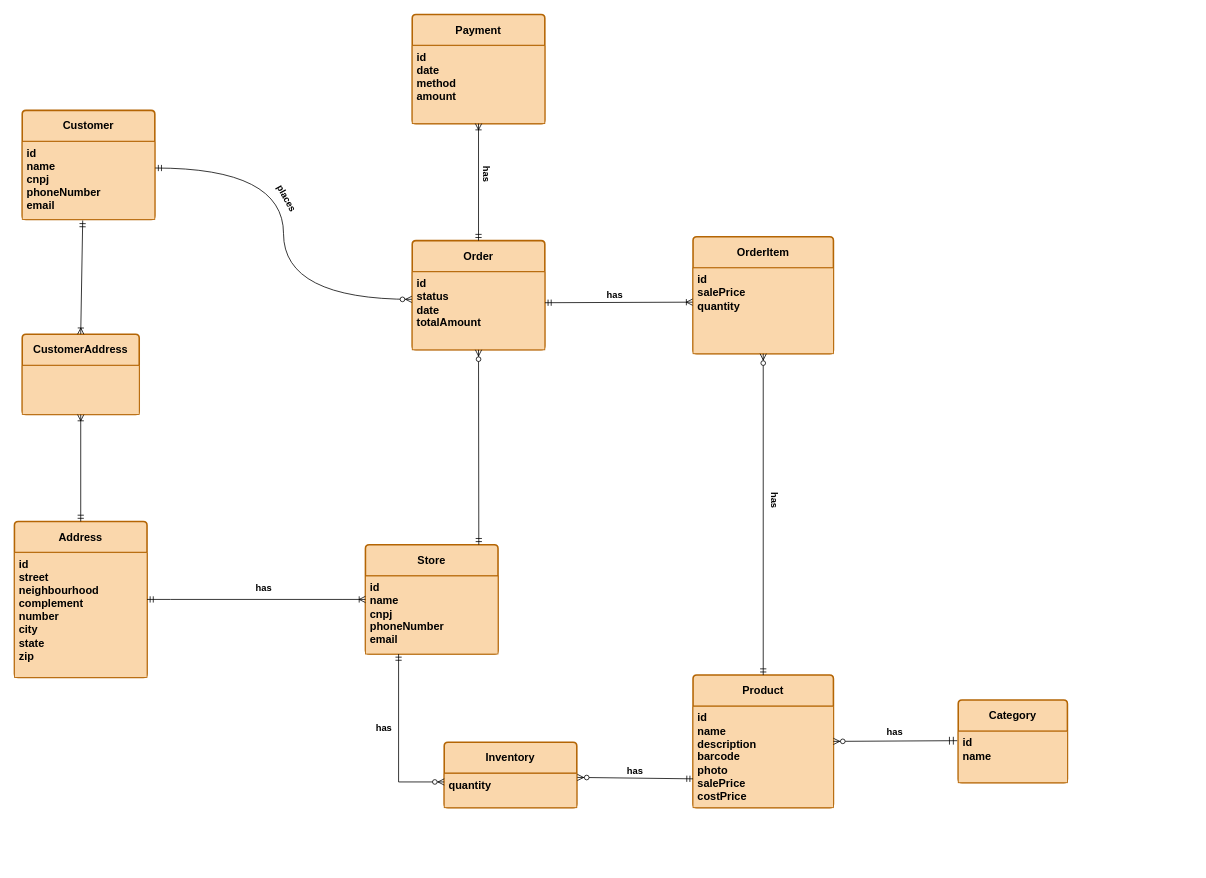
Earlier version of the draw.io diagram database/ER Diagram/logical_data_model/logical_data_model.drawio (lucasferreira09/Store_Management_System). Source tidied: cells renumbered, new cells numbered last; positions are measured from the earlier drawing's top-left corner, leaving out a move shared by most shapes. Both pictures are drawn from the tidied source at 78%, with x=0, y=0 at pixel (14, 14).
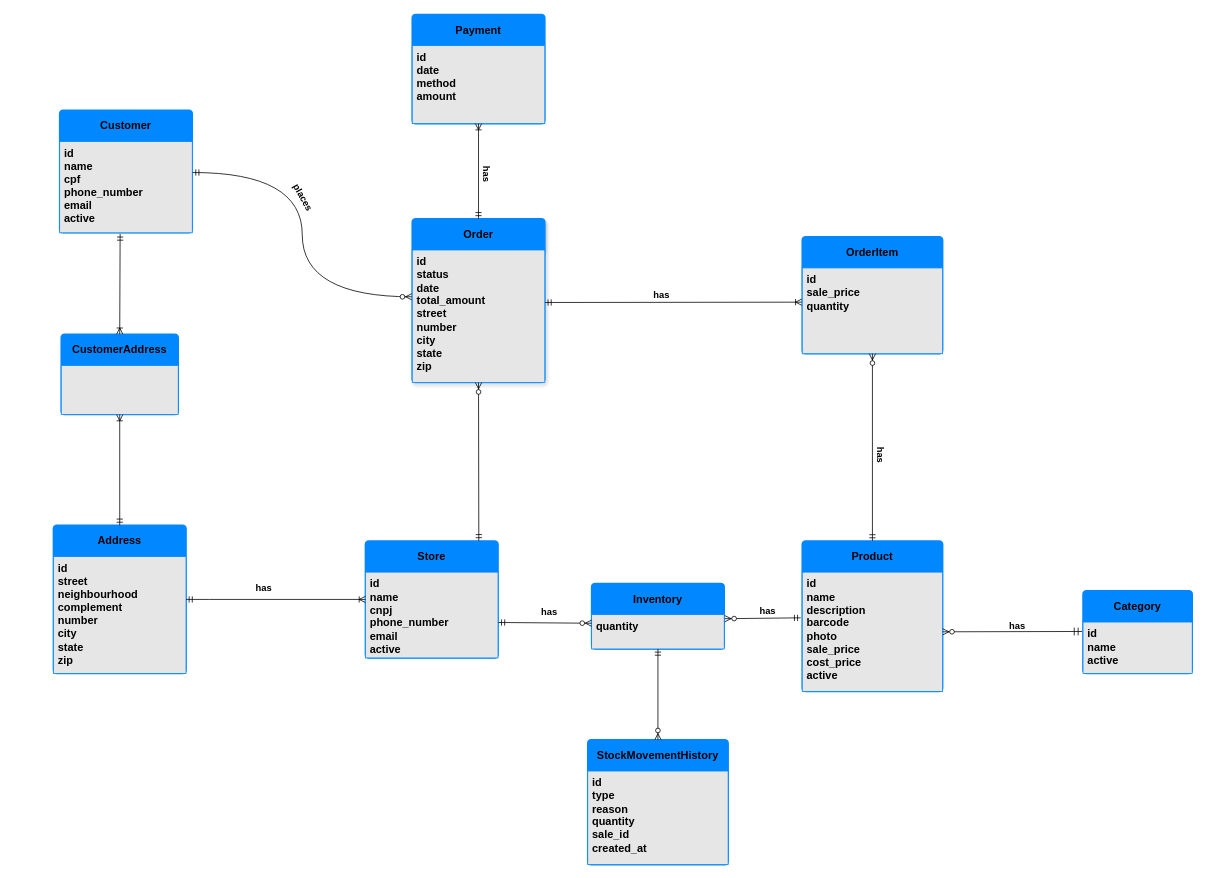
The same diagram, later.

Diff of the diagram source:
```diff
@@
-    <mxCell id="2" value="Store" style="swimlane;horizontal=1;startSize=40;rounded=1;fontSize=14;fontStyle=1;strokeWidth=2;shadow=0;dashed=0;align=center;arcSize=4;whiteSpace=wrap;html=1;fillStyle=auto;fontFamily=Helvetica;labelBackgroundColor=none;fillColor=#fad7ac;strokeColor=#b46504;" parent="1" vertex="1">
-      <mxGeometry x="450" y="680" width="170" height="140" as="geometry" />
+    <mxCell id="2" value="Store" style="swimlane;horizontal=1;startSize=40;rounded=1;fontSize=14;fontStyle=1;strokeWidth=2;shadow=0;dashed=0;align=center;arcSize=4;whiteSpace=wrap;html=1;fillStyle=auto;fontFamily=Helvetica;labelBackgroundColor=none;fillColor=#0187FF;strokeColor=#0187FF;" parent="1" vertex="1">
+      <mxGeometry x="450" y="675" width="170" height="150" as="geometry" />
     </mxCell>
-    <mxCell id="3" value="id&lt;br&gt;name&lt;div&gt;cnpj&lt;/div&gt;&lt;div&gt;phoneNumber&lt;/div&gt;&lt;div&gt;email&lt;/div&gt;" style="align=left;spacingLeft=4;spacingRight=4;fontSize=14;verticalAlign=top;html=1;whiteSpace=wrap;fontStyle=1;labelBackgroundColor=none;fillColor=#fad7ac;strokeColor=#b46504;" parent="2" vertex="1">
-      <mxGeometry y="40" width="170" height="100" as="geometry" />
+    <mxCell id="3" value="id&lt;br&gt;name&lt;div&gt;cnpj&lt;/div&gt;&lt;div&gt;phone_number&lt;/div&gt;&lt;div&gt;email&lt;/div&gt;&lt;div&gt;active&lt;/div&gt;" style="align=left;spacingLeft=4;spacingRight=4;fontSize=14;verticalAlign=top;html=1;whiteSpace=wrap;fontStyle=1;labelBackgroundColor=none;fillColor=#E6E6E6;strokeColor=#0187FF;" parent="2" vertex="1">
+      <mxGeometry y="40" width="170" height="110" as="geometry" />
     </mxCell>
-    <mxCell id="4" value="Address" style="swimlane;horizontal=1;startSize=40;rounded=1;fontSize=14;fontStyle=1;strokeWidth=2;shadow=0;dashed=0;align=center;arcSize=4;whiteSpace=wrap;html=1;fillStyle=auto;fontFamily=Helvetica;fillColor=#fad7ac;strokeColor=#b46504;" parent="1" vertex="1">
-      <mxGeometry y="650" width="170" height="200" as="geometry" />
+    <mxCell id="4" value="Address" style="swimlane;horizontal=1;startSize=40;rounded=1;fontSize=14;fontStyle=1;strokeWidth=2;shadow=0;dashed=0;align=center;arcSize=4;whiteSpace=wrap;html=1;fillStyle=auto;fontFamily=Helvetica;fillColor=#0187FF;strokeColor=#0187FF;" parent="1" vertex="1">
+      <mxGeometry x="50" y="655" width="170" height="190" as="geometry" />
     </mxCell>
-    <mxCell id="5" value="id&lt;br&gt;street&lt;div&gt;neighbourhood&lt;/div&gt;&lt;div&gt;complement&lt;/div&gt;&lt;div&gt;number&lt;/div&gt;&lt;div&gt;city&lt;/div&gt;&lt;div&gt;state&lt;/div&gt;&lt;div&gt;zip&lt;/div&gt;" style="align=left;spacingLeft=4;spacingRight=4;fontSize=14;verticalAlign=top;html=1;whiteSpace=wrap;fontStyle=1;fillColor=#fad7ac;strokeColor=#b46504;" parent="4" vertex="1">
-      <mxGeometry y="40" width="170" height="160" as="geometry" />
+    <mxCell id="5" value="id&lt;br&gt;street&lt;div&gt;neighbourhood&lt;/div&gt;&lt;div&gt;complement&lt;/div&gt;&lt;div&gt;number&lt;/div&gt;&lt;div&gt;city&lt;/div&gt;&lt;div&gt;state&lt;/div&gt;&lt;div&gt;zip&lt;/div&gt;" style="align=left;spacingLeft=4;spacingRight=4;fontSize=14;verticalAlign=top;html=1;whiteSpace=wrap;fontStyle=1;fillColor=#E6E6E6;strokeColor=#0187FF;" parent="4" vertex="1">
+      <mxGeometry y="40" width="170" height="150" as="geometry" />
     </mxCell>
-    <mxCell id="6" value="Customer" style="swimlane;horizontal=1;startSize=40;rounded=1;fontSize=14;fontStyle=1;strokeWidth=2;shadow=0;dashed=0;align=center;arcSize=4;whiteSpace=wrap;html=1;fillStyle=auto;fontFamily=Helvetica;fillColor=#fad7ac;strokeColor=#b46504;" parent="1" vertex="1">
-      <mxGeometry x="10" y="123" width="170" height="140" as="geometry" />
+    <mxCell id="6" value="Customer" style="swimlane;horizontal=1;startSize=40;rounded=1;fontSize=14;fontStyle=1;strokeWidth=2;shadow=0;dashed=0;align=center;arcSize=4;whiteSpace=wrap;html=1;fillStyle=auto;fontFamily=Helvetica;fillColor=#0187FF;strokeColor=#0187FF;" parent="1" vertex="1">
+      <mxGeometry x="58" y="123" width="170" height="157" as="geometry" />
     </mxCell>
-    <mxCell id="7" value="id&lt;br&gt;name&lt;div&gt;cnpj&lt;/div&gt;&lt;div&gt;phoneNumber&lt;/div&gt;&lt;div&gt;email&lt;/div&gt;" style="align=left;spacingLeft=4;spacingRight=4;fontSize=14;verticalAlign=top;html=1;whiteSpace=wrap;fontStyle=1;fillColor=#fad7ac;strokeColor=#b46504;" parent="6" vertex="1">
-      <mxGeometry y="40" width="170" height="100" as="geometry" />
+    <mxCell id="7" value="id&lt;br&gt;name&lt;div&gt;cpf&lt;/div&gt;&lt;div&gt;phone_number&lt;/div&gt;&lt;div&gt;email&lt;/div&gt;&lt;div&gt;active&lt;/div&gt;" style="align=left;spacingLeft=4;spacingRight=4;fontSize=14;verticalAlign=top;html=1;whiteSpace=wrap;fontStyle=1;fillColor=#E6E6E6;strokeColor=#0187FF;" parent="6" vertex="1">
+      <mxGeometry y="40" width="170" height="117" as="geometry" />
     </mxCell>
-    <mxCell id="8" value="Payment" style="swimlane;horizontal=1;startSize=40;rounded=1;fontSize=14;fontStyle=1;strokeWidth=2;shadow=0;dashed=0;align=center;arcSize=4;whiteSpace=wrap;html=1;fillStyle=auto;fontFamily=Helvetica;fillColor=#fad7ac;strokeColor=#b46504;" parent="1" vertex="1">
+    <mxCell id="8" value="Payment" style="swimlane;horizontal=1;startSize=40;rounded=1;fontSize=14;fontStyle=1;strokeWidth=2;shadow=0;dashed=0;align=center;arcSize=4;whiteSpace=wrap;html=1;fillStyle=auto;fontFamily=Helvetica;fillColor=#0187FF;strokeColor=#0187FF;" parent="1" vertex="1">
       <mxGeometry x="510" width="170" height="140" as="geometry" />
     </mxCell>
-    <mxCell id="9" value="id&lt;br&gt;date&lt;div&gt;method&lt;/div&gt;&lt;div&gt;amount&lt;/div&gt;" style="align=left;spacingLeft=4;spacingRight=4;fontSize=14;verticalAlign=top;html=1;whiteSpace=wrap;fontStyle=1;fillColor=#fad7ac;strokeColor=#b46504;" parent="8" vertex="1">
+    <mxCell id="9" value="id&lt;br&gt;date&lt;div&gt;method&lt;/div&gt;&lt;div&gt;amount&lt;/div&gt;" style="align=left;spacingLeft=4;spacingRight=4;fontSize=14;verticalAlign=top;html=1;whiteSpace=wrap;fontStyle=1;fillColor=#E6E6E6;strokeColor=#0187FF;" parent="8" vertex="1">
       <mxGeometry y="40" width="170" height="100" as="geometry" />
     </mxCell>
-    <mxCell id="10" value="Order" style="swimlane;horizontal=1;startSize=40;rounded=1;fontSize=14;fontStyle=1;strokeWidth=2;shadow=0;dashed=0;align=center;arcSize=4;whiteSpace=wrap;html=1;fillStyle=auto;fontFamily=Helvetica;fillColor=#fad7ac;strokeColor=#b46504;" parent="1" vertex="1">
-      <mxGeometry x="510" y="290" width="170" height="140" as="geometry" />
+    <mxCell id="10" value="Order" style="swimlane;horizontal=1;startSize=40;rounded=1;fontSize=14;fontStyle=1;strokeWidth=2;shadow=1;dashed=0;align=center;arcSize=4;whiteSpace=wrap;html=1;fillStyle=auto;fontFamily=Helvetica;fillColor=#0187FF;strokeColor=#0187FF;" parent="1" vertex="1">
+      <mxGeometry x="510" y="262" width="170" height="210" as="geometry" />
     </mxCell>
-    <mxCell id="11" value="id&lt;br&gt;status&lt;div&gt;date&lt;/div&gt;&lt;div&gt;totalAmount&lt;/div&gt;" style="align=left;spacingLeft=4;spacingRight=4;fontSize=14;verticalAlign=top;html=1;whiteSpace=wrap;fontStyle=1;fillColor=#fad7ac;strokeColor=#b46504;" parent="10" vertex="1">
-      <mxGeometry y="40" width="170" height="100" as="geometry" />
+    <mxCell id="11" value="id&lt;br&gt;status&lt;div&gt;date&lt;/div&gt;&lt;div&gt;total_amount&lt;/div&gt;&lt;div&gt;street&lt;/div&gt;&lt;div&gt;number&lt;/div&gt;&lt;div&gt;city&lt;/div&gt;&lt;div&gt;state&lt;/div&gt;&lt;div&gt;zip&lt;/div&gt;" style="align=left;spacingLeft=4;spacingRight=4;fontSize=14;verticalAlign=top;html=1;whiteSpace=wrap;fontStyle=1;fillColor=#E6E6E6;strokeColor=#0187FF;" parent="10" vertex="1">
+      <mxGeometry y="40" width="170" height="170" as="geometry" />
     </mxCell>
-    <mxCell id="12" value="OrderItem" style="swimlane;horizontal=1;startSize=40;rounded=1;fontSize=14;fontStyle=1;strokeWidth=2;shadow=0;dashed=0;align=center;arcSize=4;whiteSpace=wrap;html=1;fillStyle=auto;fontFamily=Helvetica;fillColor=#fad7ac;strokeColor=#b46504;" parent="1" vertex="1">
-      <mxGeometry x="870" y="285" width="180" height="150" as="geometry" />
+    <mxCell id="12" value="OrderItem" style="swimlane;horizontal=1;startSize=40;rounded=1;fontSize=14;fontStyle=1;strokeWidth=2;shadow=0;dashed=0;align=center;arcSize=4;whiteSpace=wrap;html=1;fillStyle=auto;fontFamily=Helvetica;fillColor=#0187FF;strokeColor=#0187FF;" parent="1" vertex="1">
+      <mxGeometry x="1010" y="285" width="180" height="150" as="geometry" />
     </mxCell>
-    <mxCell id="13" value="&lt;div&gt;id&lt;/div&gt;salePrice&lt;div&gt;quantity&lt;/div&gt;&lt;div&gt;&lt;br&gt;&lt;/div&gt;" style="align=left;spacingLeft=4;spacingRight=4;fontSize=14;verticalAlign=top;html=1;whiteSpace=wrap;fontStyle=1;fillColor=#fad7ac;strokeColor=#b46504;" parent="12" vertex="1">
+    <mxCell id="13" value="&lt;div&gt;id&lt;/div&gt;sale_price&lt;div&gt;quantity&lt;/div&gt;&lt;div&gt;&lt;br&gt;&lt;/div&gt;" style="align=left;spacingLeft=4;spacingRight=4;fontSize=14;verticalAlign=top;html=1;whiteSpace=wrap;fontStyle=1;fillColor=#E6E6E6;strokeColor=#0187FF;" parent="12" vertex="1">
       <mxGeometry y="40" width="180" height="110" as="geometry" />
     </mxCell>
+    <mxCell id="41" style="align=left;spacingLeft=4;spacingRight=4;fontSize=14;verticalAlign=top;html=1;whiteSpace=wrap;fontStyle=1;fillColor=#fad7ac;strokeColor=#b46504;" parent="12" vertex="1">
+      <mxGeometry y="150" width="180" as="geometry" />
+    </mxCell>
-    <mxCell id="14" value="Inventory" style="swimlane;horizontal=1;startSize=40;rounded=1;fontSize=14;fontStyle=1;strokeWidth=2;shadow=0;dashed=0;align=center;arcSize=4;whiteSpace=wrap;html=1;fillStyle=auto;fontFamily=Helvetica;fillColor=#fad7ac;strokeColor=#b46504;glass=0;swimlaneLine=1;" parent="1" vertex="1">
-      <mxGeometry x="551" y="933" width="170" height="84" as="geometry" />
+    <mxCell id="14" value="Inventory" style="swimlane;horizontal=1;startSize=40;rounded=1;fontSize=14;fontStyle=1;strokeWidth=2;shadow=0;dashed=0;align=center;arcSize=4;whiteSpace=wrap;html=1;fillStyle=auto;fontFamily=Helvetica;fillColor=#0187FF;strokeColor=#0187FF;glass=0;swimlaneLine=1;" parent="1" vertex="1">
+      <mxGeometry x="740" y="729.5" width="170" height="84" as="geometry" />
     </mxCell>
-    <mxCell id="15" value="&lt;div&gt;&lt;span style=&quot;background-color: transparent; color: light-dark(rgb(0, 0, 0), rgb(255, 255, 255));&quot;&gt;quantity&lt;/span&gt;&lt;/div&gt;&lt;div&gt;&lt;br&gt;&lt;/div&gt;" style="align=left;spacingLeft=4;spacingRight=4;fontSize=14;verticalAlign=top;html=1;whiteSpace=wrap;fontStyle=1;fillColor=#fad7ac;strokeColor=#b46504;" parent="14" vertex="1">
+    <mxCell id="15" value="&lt;div&gt;&lt;span style=&quot;background-color: transparent; color: light-dark(rgb(0, 0, 0), rgb(255, 255, 255));&quot;&gt;quantity&lt;/span&gt;&lt;/div&gt;&lt;div&gt;&lt;br&gt;&lt;/div&gt;" style="align=left;spacingLeft=4;spacingRight=4;fontSize=14;verticalAlign=top;html=1;whiteSpace=wrap;fontStyle=1;fillColor=#E6E6E6;strokeColor=#0187FF;" parent="14" vertex="1">
       <mxGeometry y="40" width="170" height="44" as="geometry" />
     </mxCell>
-    <mxCell id="16" value="Product" style="swimlane;horizontal=1;startSize=40;rounded=1;fontSize=14;fontStyle=1;strokeWidth=2;shadow=0;dashed=0;align=center;arcSize=4;whiteSpace=wrap;html=1;fillStyle=auto;fontFamily=Helvetica;fillColor=#fad7ac;strokeColor=#b46504;" parent="1" vertex="1">
-      <mxGeometry x="870" y="847" width="180" height="170" as="geometry" />
+    <mxCell id="16" value="Product" style="swimlane;horizontal=1;startSize=40;rounded=1;fontSize=14;fontStyle=1;strokeWidth=2;shadow=0;dashed=0;align=center;arcSize=4;whiteSpace=wrap;html=1;fillStyle=auto;fontFamily=Helvetica;fillColor=#0187FF;strokeColor=#0187FF;" parent="1" vertex="1">
+      <mxGeometry x="1010" y="675" width="180" height="193" as="geometry" />
     </mxCell>
-    <mxCell id="17" value="&lt;div&gt;id&lt;/div&gt;&lt;div&gt;name&lt;/div&gt;&lt;div&gt;description&lt;/div&gt;&lt;div&gt;barcode&lt;/div&gt;&lt;div&gt;photo&lt;/div&gt;&lt;div&gt;salePrice&lt;/div&gt;&lt;div&gt;costPrice&lt;/div&gt;" style="align=left;spacingLeft=4;spacingRight=4;fontSize=14;verticalAlign=top;html=1;whiteSpace=wrap;fontStyle=1;fillColor=#fad7ac;strokeColor=#b46504;" parent="16" vertex="1">
-      <mxGeometry y="40" width="180" height="130" as="geometry" />
+    <mxCell id="17" value="&lt;div&gt;id&lt;/div&gt;&lt;div&gt;name&lt;/div&gt;&lt;div&gt;description&lt;/div&gt;&lt;div&gt;barcode&lt;/div&gt;&lt;div&gt;photo&lt;/div&gt;&lt;div&gt;sale_price&lt;/div&gt;&lt;div&gt;cost_price&lt;/div&gt;&lt;div&gt;active&lt;/div&gt;" style="align=left;spacingLeft=4;spacingRight=4;fontSize=14;verticalAlign=top;html=1;whiteSpace=wrap;fontStyle=1;fillColor=#E6E6E6;strokeColor=#0187FF;" parent="16" vertex="1">
+      <mxGeometry y="40" width="180" height="153" as="geometry" />
     </mxCell>
-    <mxCell id="18" value="Category" style="swimlane;horizontal=1;startSize=40;rounded=1;fontSize=14;fontStyle=1;strokeWidth=2;shadow=0;dashed=0;align=center;arcSize=4;whiteSpace=wrap;html=1;fillStyle=auto;fontFamily=Helvetica;fillColor=#fad7ac;strokeColor=#b46504;" parent="1" vertex="1">
-      <mxGeometry x="1210" y="879" width="140" height="106" as="geometry" />
+    <mxCell id="18" value="Category" style="swimlane;horizontal=1;startSize=40;rounded=1;fontSize=14;fontStyle=1;strokeWidth=2;shadow=0;dashed=0;align=center;arcSize=4;whiteSpace=wrap;html=1;fillStyle=auto;fontFamily=Helvetica;fillColor=#0187FF;strokeColor=#0187FF;" parent="1" vertex="1">
+      <mxGeometry x="1370" y="739" width="140" height="106" as="geometry" />
     </mxCell>
-    <mxCell id="19" value="&lt;div&gt;id&lt;/div&gt;&lt;div&gt;name&lt;/div&gt;" style="align=left;spacingLeft=4;spacingRight=4;fontSize=14;verticalAlign=top;html=1;whiteSpace=wrap;fontStyle=1;fillColor=#fad7ac;strokeColor=#b46504;" parent="18" vertex="1">
+    <mxCell id="19" value="&lt;div&gt;id&lt;/div&gt;&lt;div&gt;name&lt;/div&gt;&lt;div&gt;active&lt;/div&gt;" style="align=left;spacingLeft=4;spacingRight=4;fontSize=14;verticalAlign=top;html=1;whiteSpace=wrap;fontStyle=1;fillColor=#E6E6E6;strokeColor=#0187FF;" parent="18" vertex="1">
       <mxGeometry y="40" width="140" height="66" as="geometry" />
     </mxCell>
-    <mxCell id="20" style="fontSize=12;html=1;endArrow=ERzeroToMany;startArrow=ERmandOne;rounded=0;exitX=0.25;exitY=1;exitDx=0;exitDy=0;entryX=0;entryY=0.25;entryDx=0;entryDy=0;edgeStyle=orthogonalEdgeStyle;" parent="1" edge="1" source="3" target="15">
+    <mxCell id="20" style="fontSize=12;html=1;endArrow=ERzeroToMany;startArrow=ERmandOne;rounded=0;entryX=0;entryY=0.25;entryDx=0;entryDy=0;exitX=1.003;exitY=0.587;exitDx=0;exitDy=0;exitPerimeter=0;" parent="1" edge="1" source="3" target="15">
       <mxGeometry relative="1" as="geometry" />
     </mxCell>
-    <mxCell id="21" style="fontSize=12;html=1;endArrow=ERzeroToMany;startArrow=ERmandOne;rounded=0;entryX=1.004;entryY=0.118;entryDx=0;entryDy=0;entryPerimeter=0;" parent="1" edge="1" target="15">
-      <mxGeometry relative="1" as="geometry">
-        <mxPoint x="870" y="980" as="sourcePoint" />
-      </mxGeometry>
+    <mxCell id="21" style="fontSize=12;html=1;endArrow=ERzeroToMany;startArrow=ERmandOne;rounded=0;entryX=1.004;entryY=0.118;entryDx=0;entryDy=0;entryPerimeter=0;exitX=-0.011;exitY=0.383;exitDx=0;exitDy=0;exitPerimeter=0;" parent="1" edge="1" source="17" target="15">
+      <mxGeometry relative="1" as="geometry" />
     </mxCell>
-    <mxCell id="22" style="fontSize=12;html=1;endArrow=ERzeroToMany;startArrow=ERmandOne;rounded=0;jumpSize=14;startSize=8;exitX=-0.009;exitY=0.183;exitDx=0;exitDy=0;exitPerimeter=0;" parent="1" edge="1" source="19">
-      <mxGeometry relative="1" as="geometry">
-        <mxPoint x="1050" y="932" as="targetPoint" />
-      </mxGeometry>
+    <mxCell id="22" style="fontSize=12;html=1;endArrow=ERzeroToMany;startArrow=ERmandOne;rounded=0;jumpSize=14;startSize=8;exitX=-0.009;exitY=0.183;exitDx=0;exitDy=0;exitPerimeter=0;entryX=1;entryY=0.5;entryDx=0;entryDy=0;" parent="1" edge="1" source="19" target="17">
+      <mxGeometry relative="1" as="geometry" />
     </mxCell>
@@
     <mxCell id="28" value="&lt;b&gt;places&lt;/b&gt;" style="text;html=1;whiteSpace=wrap;strokeColor=none;fillColor=none;align=center;verticalAlign=middle;rounded=0;rotation=61;shadow=1;" parent="1" vertex="1">
-      <mxGeometry x="319" y="221" width="60" height="30" as="geometry" />
+      <mxGeometry x="340" y="220" width="60" height="30" as="geometry" />
     </mxCell>
@@
     <mxCell id="30" value="&lt;b&gt;has&lt;/b&gt;" style="text;html=1;whiteSpace=wrap;strokeColor=none;fillColor=none;align=center;verticalAlign=middle;rounded=0;shadow=1;" parent="1" vertex="1">
-      <mxGeometry x="438" y="900" width="72" height="30" as="geometry" />
+      <mxGeometry x="650" y="752" width="72" height="30" as="geometry" />
     </mxCell>
     <mxCell id="31" value="&lt;b&gt;has&lt;/b&gt;" style="text;html=1;whiteSpace=wrap;strokeColor=none;fillColor=none;align=center;verticalAlign=middle;rounded=0;shadow=1;" parent="1" vertex="1">
-      <mxGeometry x="760" y="955" width="72" height="30" as="geometry" />
+      <mxGeometry x="930" y="750" width="72" height="30" as="geometry" />
     </mxCell>
     <mxCell id="32" value="&lt;b&gt;has&lt;/b&gt;" style="text;html=1;whiteSpace=wrap;strokeColor=none;fillColor=none;align=center;verticalAlign=middle;rounded=0;rotation=0;shadow=1;" parent="1" vertex="1">
-      <mxGeometry x="740" y="345" width="60" height="30" as="geometry" />
+      <mxGeometry x="800" y="345" width="60" height="30" as="geometry" />
     </mxCell>
     <mxCell id="33" value="&lt;b&gt;has&lt;/b&gt;" style="text;html=1;whiteSpace=wrap;strokeColor=none;fillColor=none;align=center;verticalAlign=middle;rounded=0;shadow=1;" parent="1" vertex="1">
-      <mxGeometry x="1093" y="905" width="72" height="30" as="geometry" />
+      <mxGeometry x="1250" y="770" width="72" height="30" as="geometry" />
     </mxCell>
     <mxCell id="34" value="&lt;b&gt;has&lt;/b&gt;" style="text;html=1;whiteSpace=wrap;strokeColor=none;fillColor=none;align=center;verticalAlign=middle;rounded=0;rotation=90;shadow=1;" parent="1" vertex="1">
-      <mxGeometry x="945" y="608" width="60" height="30" as="geometry" />
+      <mxGeometry x="1080" y="550" width="60" height="30" as="geometry" />
     </mxCell>
-    <mxCell id="35" value="CustomerAddress" style="swimlane;horizontal=1;startSize=40;rounded=1;fontSize=14;fontStyle=1;strokeWidth=2;shadow=0;dashed=0;align=center;arcSize=4;whiteSpace=wrap;html=1;fillStyle=auto;fontFamily=Helvetica;fillColor=#fad7ac;strokeColor=#b46504;" parent="1" vertex="1">
-      <mxGeometry x="10" y="410" width="150" height="103" as="geometry" />
+    <mxCell id="35" value="CustomerAddress" style="swimlane;horizontal=1;startSize=40;rounded=1;fontSize=14;fontStyle=1;strokeWidth=2;shadow=0;dashed=0;align=center;arcSize=4;whiteSpace=wrap;html=1;fillStyle=auto;fontFamily=Helvetica;fillColor=#0187FF;strokeColor=#0187FF;" parent="1" vertex="1">
+      <mxGeometry x="60" y="410" width="150" height="103" as="geometry" />
     </mxCell>
-    <mxCell id="36" style="align=left;spacingLeft=4;spacingRight=4;fontSize=14;verticalAlign=top;html=1;whiteSpace=wrap;fontStyle=1;fillColor=#fad7ac;strokeColor=#b46504;" parent="35" vertex="1">
+    <mxCell id="36" style="align=left;spacingLeft=4;spacingRight=4;fontSize=14;verticalAlign=top;html=1;whiteSpace=wrap;fontStyle=1;fillColor=#E6E6E6;strokeColor=#0187FF;" parent="35" vertex="1">
       <mxGeometry y="40" width="150" height="63" as="geometry" />
     </mxCell>
@@
+    <mxCell id="42" value="StockMovementHistory" style="swimlane;horizontal=1;startSize=40;rounded=1;fontSize=14;fontStyle=1;strokeWidth=2;shadow=0;dashed=0;align=center;arcSize=4;whiteSpace=wrap;html=1;fillStyle=auto;fontFamily=Helvetica;fillColor=#0187FF;strokeColor=#0187FF;" parent="1" vertex="1">
+      <mxGeometry x="735" y="930" width="180" height="160" as="geometry" />
+    </mxCell>
+    <mxCell id="43" value="&lt;div&gt;id&lt;/div&gt;&lt;div&gt;type&lt;/div&gt;&lt;div&gt;reason&lt;/div&gt;&lt;div&gt;quantity&lt;/div&gt;&lt;div&gt;sale_id&lt;/div&gt;&lt;div&gt;created_at&lt;/div&gt;" style="align=left;spacingLeft=4;spacingRight=4;fontSize=14;verticalAlign=top;html=1;whiteSpace=wrap;fontStyle=1;fillColor=#E6E6E6;strokeColor=#0187FF;" parent="42" vertex="1">
+      <mxGeometry y="40" width="180" height="120" as="geometry" />
+    </mxCell>
+    <mxCell id="44" style="fontSize=12;html=1;endArrow=ERzeroToMany;startArrow=ERmandOne;rounded=0;entryX=0.5;entryY=0;entryDx=0;entryDy=0;exitX=0.5;exitY=1;exitDx=0;exitDy=0;" parent="1" edge="1" source="15" target="42">
+      <mxGeometry relative="1" as="geometry" />
+    </mxCell>
```
